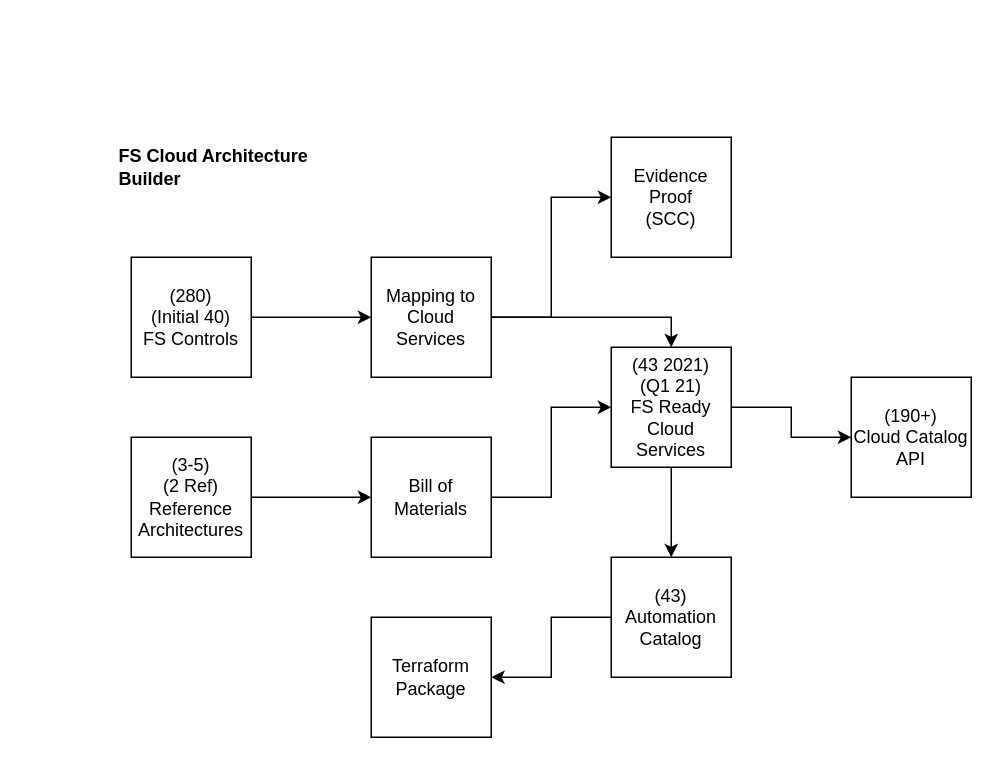
This is data/data-model.drawio from jay4smile/ascent-bff, a draw.io file, before an edit. Source tidied: cells renumbered, new cells numbered last; positions are measured from the earlier drawing's top-left corner, leaving out a move shared by most shapes. Both pictures are drawn from the tidied source at 150%, with x=0, y=0 at pixel (116, 136).
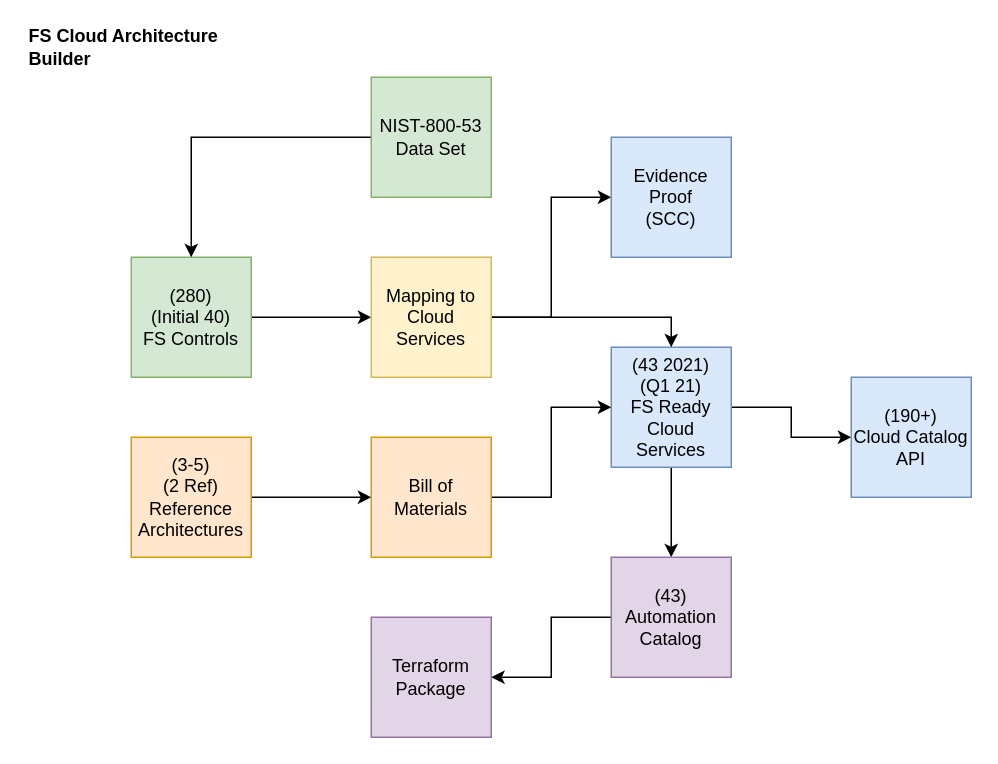
Above is the later version.

The edit, as a diff of the source:
```diff
@@
-    <mxCell id="4" value="(43 2021)&lt;br&gt;(Q1 21)&lt;br&gt;FS Ready&lt;br&gt;Cloud Services" style="whiteSpace=wrap;html=1;" parent="1" vertex="1">
+    <mxCell id="4" value="(43 2021)&lt;br&gt;(Q1 21)&lt;br&gt;FS Ready&lt;br&gt;Cloud Services" style="whiteSpace=wrap;html=1;fillColor=#dae8fc;strokeColor=#6c8ebf;" parent="1" vertex="1">
       <mxGeometry x="330" y="140" width="80" height="80" as="geometry" />
     </mxCell>
@@
-    <mxCell id="6" value="(280)&lt;br&gt;(Initial 40)&lt;br&gt;FS Controls" style="whiteSpace=wrap;html=1;" parent="1" vertex="1">
+    <mxCell id="6" value="(280)&lt;br&gt;(Initial 40)&lt;br&gt;FS Controls" style="whiteSpace=wrap;html=1;fillColor=#d5e8d4;strokeColor=#82b366;" parent="1" vertex="1">
       <mxGeometry x="10" y="80" width="80" height="80" as="geometry" />
     </mxCell>
@@
-    <mxCell id="9" value="Mapping to Cloud Services" style="whiteSpace=wrap;html=1;" parent="1" vertex="1">
+    <mxCell id="9" value="Mapping to Cloud Services" style="whiteSpace=wrap;html=1;fillColor=#fff2cc;strokeColor=#d6b656;" parent="1" vertex="1">
       <mxGeometry x="170" y="80" width="80" height="80" as="geometry" />
     </mxCell>
@@
-    <mxCell id="11" value="(3-5)&lt;br&gt;(2 Ref)&lt;br&gt;Reference&lt;br&gt;Architectures" style="whiteSpace=wrap;html=1;" parent="1" vertex="1">
+    <mxCell id="11" value="(3-5)&lt;br&gt;(2 Ref)&lt;br&gt;Reference&lt;br&gt;Architectures" style="whiteSpace=wrap;html=1;fillColor=#ffe6cc;strokeColor=#d79b00;" parent="1" vertex="1">
       <mxGeometry x="10" y="200" width="80" height="80" as="geometry" />
     </mxCell>
@@
-    <mxCell id="13" value="Bill of Materials" style="whiteSpace=wrap;html=1;" parent="1" vertex="1">
+    <mxCell id="13" value="Bill of Materials" style="whiteSpace=wrap;html=1;fillColor=#ffe6cc;strokeColor=#d79b00;" parent="1" vertex="1">
       <mxGeometry x="170" y="200" width="80" height="80" as="geometry" />
     </mxCell>
-    <mxCell id="14" value="(190+)&lt;br&gt;Cloud Catalog API" style="whiteSpace=wrap;html=1;" parent="1" vertex="1">
+    <mxCell id="14" value="(190+)&lt;br&gt;Cloud Catalog API" style="whiteSpace=wrap;html=1;fillColor=#dae8fc;strokeColor=#6c8ebf;" parent="1" vertex="1">
       <mxGeometry x="490" y="160" width="80" height="80" as="geometry" />
     </mxCell>
@@
-    <mxCell id="16" value="(43)&lt;br&gt;Automation&lt;br&gt;Catalog" style="whiteSpace=wrap;html=1;" parent="1" vertex="1">
+    <mxCell id="16" value="(43)&lt;br&gt;Automation&lt;br&gt;Catalog" style="whiteSpace=wrap;html=1;fillColor=#e1d5e7;strokeColor=#9673a6;" parent="1" vertex="1">
       <mxGeometry x="330" y="280" width="80" height="80" as="geometry" />
     </mxCell>
-    <mxCell id="17" value="Terraform&lt;br&gt;Package" style="whiteSpace=wrap;html=1;" parent="1" vertex="1">
+    <mxCell id="17" value="Terraform&lt;br&gt;Package" style="whiteSpace=wrap;html=1;fillColor=#e1d5e7;strokeColor=#9673a6;" parent="1" vertex="1">
       <mxGeometry x="170" y="320" width="80" height="80" as="geometry" />
     </mxCell>
-    <mxCell id="18" value="FS Cloud Architecture Builder" style="text;html=1;strokeColor=none;fillColor=none;align=left;verticalAlign=middle;whiteSpace=wrap;rounded=0;fontStyle=1;" parent="1" vertex="1">
-      <mxGeometry y="10" width="160" height="20" as="geometry" />
+    <mxCell id="18" value="FS Cloud Architecture Builder" style="text;html=1;strokeColor=none;fillColor=none;align=left;verticalAlign=middle;whiteSpace=wrap;rounded=0;fontStyle=1;strokeWidth=2;" parent="1" vertex="1">
+      <mxGeometry x="-60" y="-70" width="160" height="20" as="geometry" />
     </mxCell>
-    <mxCell id="19" value="Evidence&lt;br&gt;Proof&lt;br&gt;(SCC)" style="whiteSpace=wrap;html=1;" parent="1" vertex="1">
+    <mxCell id="19" value="Evidence&lt;br&gt;Proof&lt;br&gt;(SCC)" style="whiteSpace=wrap;html=1;fillColor=#dae8fc;strokeColor=#6c8ebf;" parent="1" vertex="1">
       <mxGeometry x="330" width="80" height="80" as="geometry" />
     </mxCell>
+    <mxCell id="20" style="edgeStyle=orthogonalEdgeStyle;rounded=0;jettySize=auto;html=1;" parent="1" edge="1" source="21" target="6">
+      <mxGeometry relative="1" as="geometry" />
+    </mxCell>
+    <mxCell id="21" value="NIST-800-53&lt;br&gt;Data Set" style="whiteSpace=wrap;html=1;fillColor=#d5e8d4;strokeColor=#82b366;" parent="1" vertex="1">
+      <mxGeometry x="170" y="-40" width="80" height="80" as="geometry" />
+    </mxCell>
```
